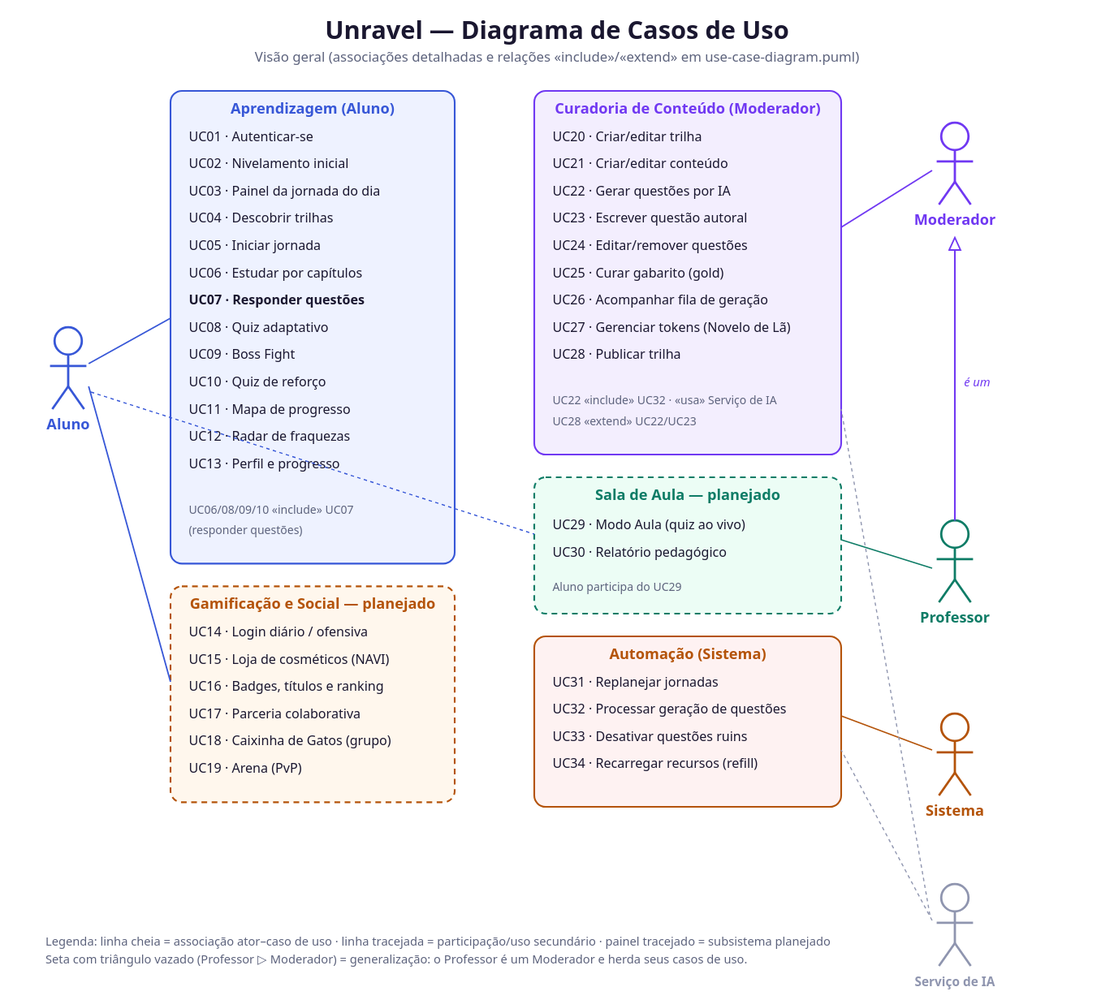
KleitonH/Unravel keeps this PlantUML diagram as docs/tcc/use-case-diagram.svg. Above is the earlier version. Its source is kept beside it as docs/tcc/use-case-diagram.puml.
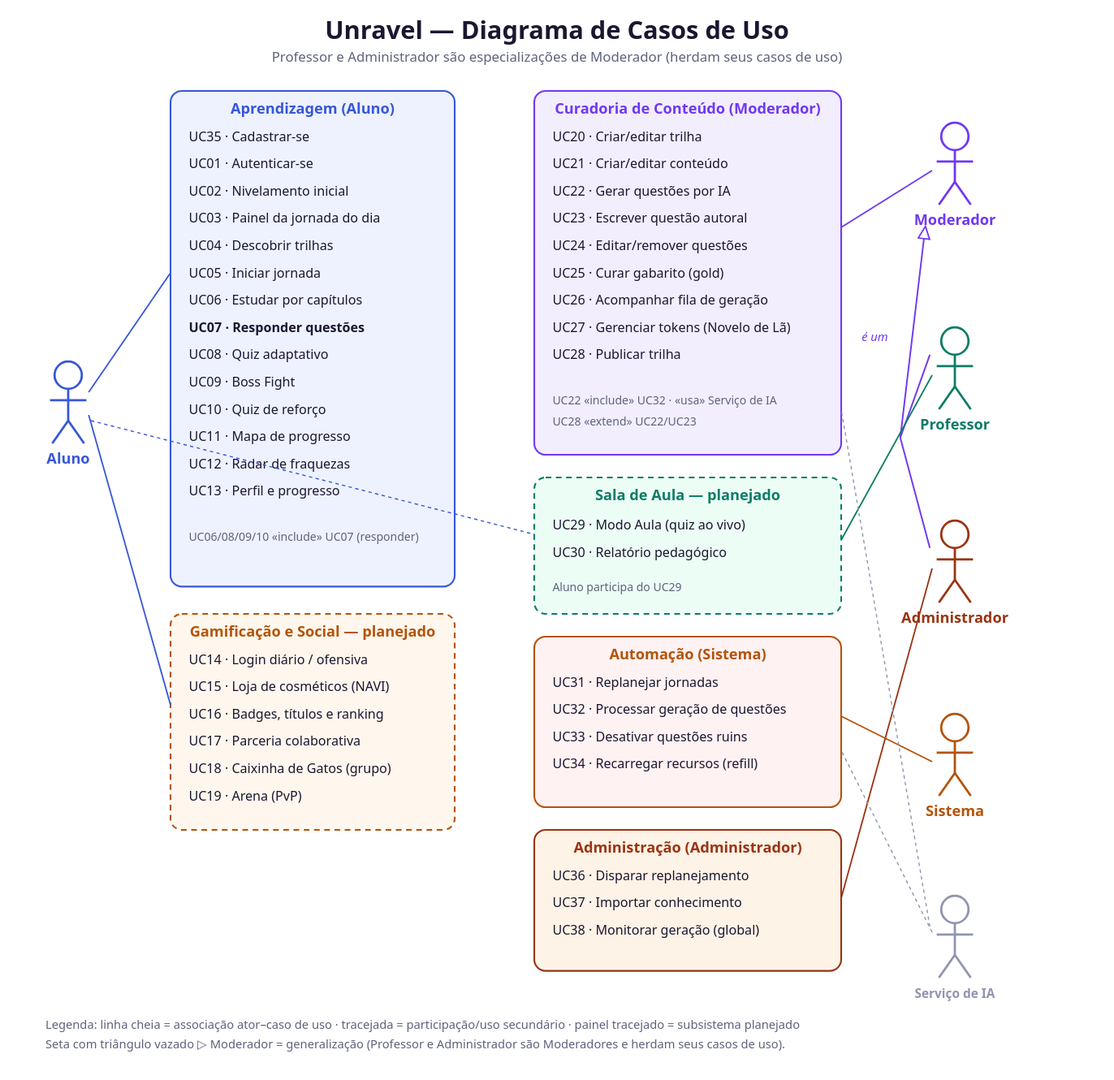
The same file after the commit.

Commit message:
docs(tcc): adiciona UC Cadastrar-se e ator Administrador

Fecha lacunas de cobertura identificadas:
- UC35 Cadastrar-se (criar conta) [I] — POST /api/users.
- Ator Administrador (especialização de Moderador) + UC36 disparar
  replanejamento, UC37 importar conhecimento, UC38 monitorar geração
  global — superfícies admin já implementadas (PR 10, PR 28, PR 34d) que
  antes estavam dobradas em "Sistema".
- Atualiza tabela de atores, tabelas de casos de uso, especificações,
  PlantUML e SVG (ator + painel + 2ª generalização).

Diff of the diagram source:
```diff
@@ -7,12 +7,14 @@
 actor "Aluno" as aluno
 actor "Moderador" as mod
 actor "Professor" as prof
+actor "Administrador" as adm
 actor "Sistema" as sis
 actor "Serviço de IA\n(OpenAI)" as ia
 
 rectangle "Unravel" {
 
   package "Aprendizagem" {
+    usecase "UC35 Cadastrar-se" as UC35
     usecase "UC01 Autenticar-se" as UC01
     usecase "UC02 Nivelamento inicial" as UC02
     usecase "UC03 Painel da jornada do dia" as UC03
@@ -60,8 +62,15 @@
     usecase "UC33 Desativar questões ruins" as UC33
     usecase "UC34 Recarregar recursos (refill)" as UC34
   }
+
+  package "Administração" {
+    usecase "UC36 Disparar replanejamento" as UC36
+    usecase "UC37 Importar conhecimento" as UC37
+    usecase "UC38 Monitorar geração (global)" as UC38
+  }
 }
 
+aluno --> UC35
 aluno --> UC01
 aluno --> UC02
 aluno --> UC03
@@ -97,6 +106,11 @@
 prof --> UC30
 aluno --> UC29
 
+adm --|> mod
+adm --> UC36
+adm --> UC37
+adm --> UC38
+
 sis --> UC31
 sis --> UC32
 sis --> UC33
```
